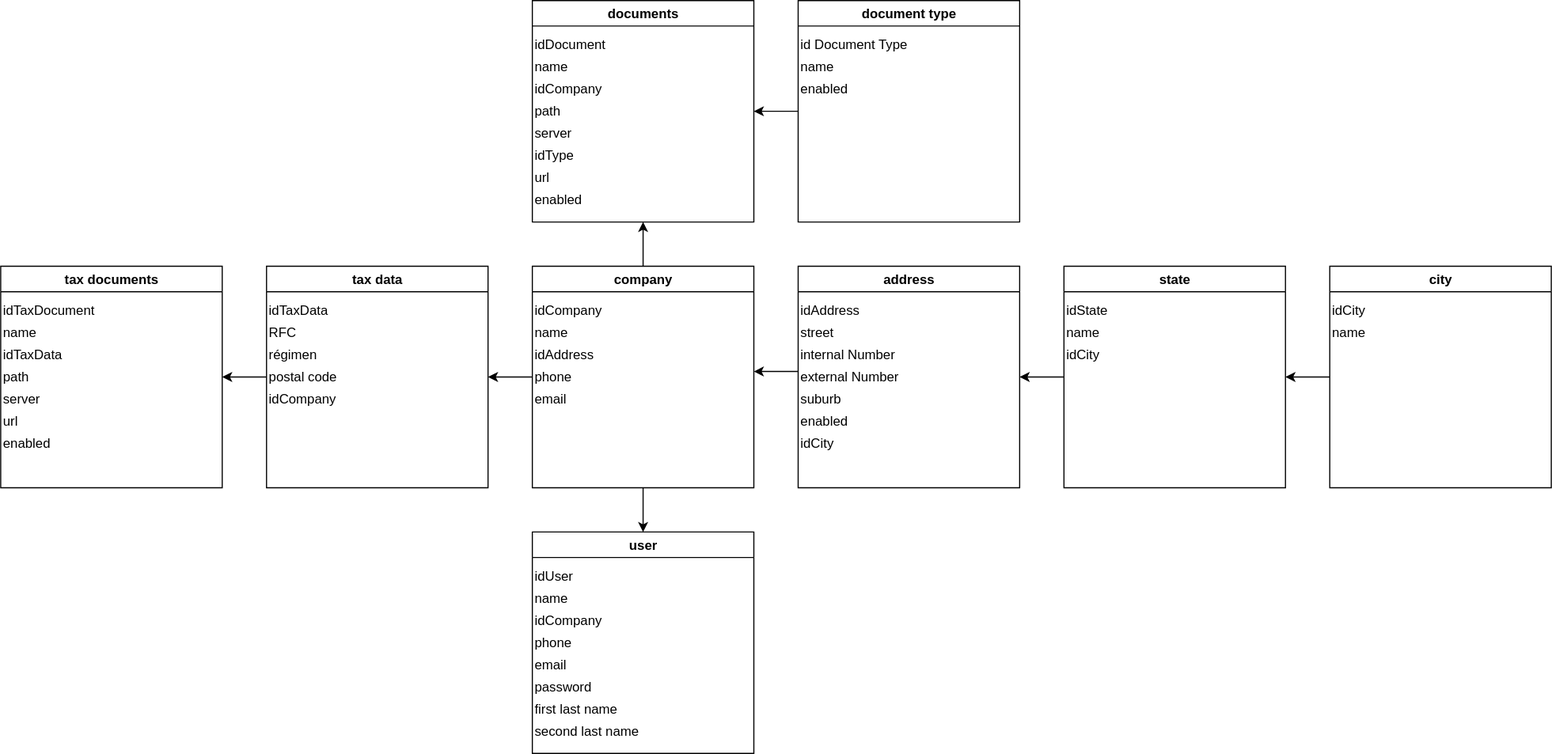
carlosj-mc99/jc-investments keeps this draw.io diagram as dawio/modelo.drawio.svg. Above is the earlier version. Source tidied: cells renumbered, new cells last; positions are measured from the earlier drawing's top-left corner, leaving out a move shared by most shapes.
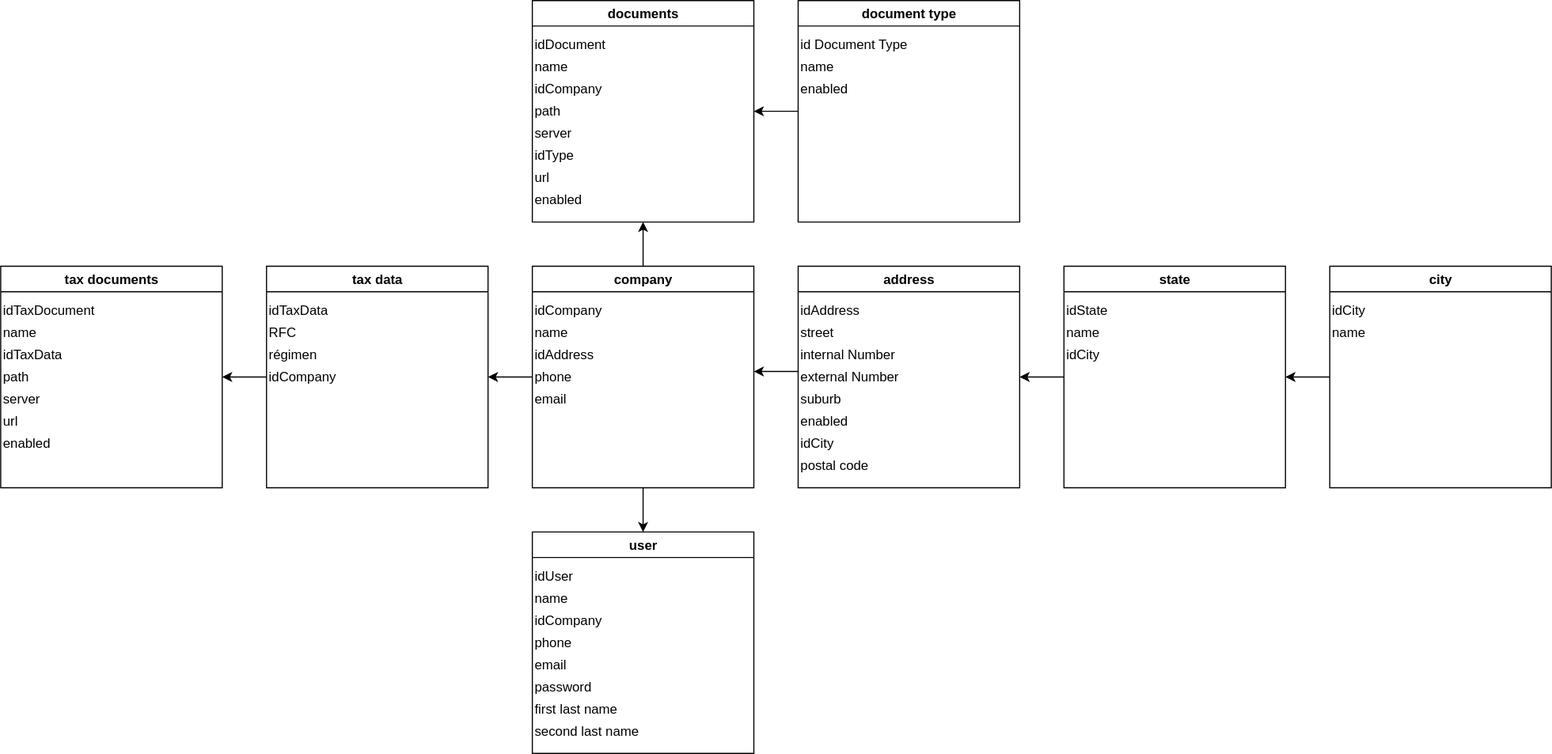
Later version of the same file.

What changed in the source:
```diff
@@ -57,6 +57,9 @@
     <mxCell id="18" value="idCity" style="text;html=1;align=left;verticalAlign=middle;whiteSpace=wrap;rounded=0;" parent="10" vertex="1">
       <mxGeometry y="150" width="200" height="20" as="geometry" />
     </mxCell>
+    <mxCell id="56" value="postal code" style="text;html=1;align=left;verticalAlign=middle;whiteSpace=wrap;rounded=0;" parent="10" vertex="1">
+      <mxGeometry y="170" width="200" height="20" as="geometry" />
+    </mxCell>
     <mxCell id="19" style="edgeStyle=orthogonalEdgeStyle;rounded=0;jettySize=auto;html=1;entryX=1;entryY=0.5;entryDx=0;entryDy=0;" parent="1" edge="1" source="20" target="24">
       <mxGeometry relative="1" as="geometry" />
     </mxCell>
@@ -168,14 +171,13 @@
     <mxCell id="55" value="régimen" style="text;html=1;align=left;verticalAlign=middle;whiteSpace=wrap;rounded=0;" parent="52" vertex="1">
       <mxGeometry y="70" width="200" height="20" as="geometry" />
     </mxCell>
-    <mxCell id="56" value="postal code" style="text;html=1;align=left;verticalAlign=middle;whiteSpace=wrap;rounded=0;" parent="52" vertex="1">
-      <mxGeometry y="90" width="200" height="20" as="geometry" />
-    </mxCell>
     <mxCell id="57" value="idCompany" style="text;html=1;align=left;verticalAlign=middle;whiteSpace=wrap;rounded=0;" parent="52" vertex="1">
-      <mxGeometry y="110" width="200" height="20" as="geometry" />
+      <mxGeometry y="90" width="200" height="20" as="geometry" />
     </mxCell>
-    <mxCell id="58" style="edgeStyle=orthogonalEdgeStyle;rounded=0;jettySize=auto;html=1;entryX=1;entryY=0.5;entryDx=0;entryDy=0;" parent="1" edge="1" source="8" target="56">
-      <mxGeometry relative="1" as="geometry" />
+    <mxCell id="58" style="edgeStyle=orthogonalEdgeStyle;rounded=0;jettySize=auto;html=1;entryX=1;entryY=0.5;entryDx=0;entryDy=0;" parent="1" edge="1" source="8">
+      <mxGeometry relative="1" as="geometry">
+        <mxPoint x="440" y="340" as="targetPoint" />
+      </mxGeometry>
     </mxCell>
     <mxCell id="59" value="tax documents" style="swimlane;whiteSpace=wrap;html=1;" parent="1" vertex="1">
       <mxGeometry y="240" width="200" height="200" as="geometry" />
```
